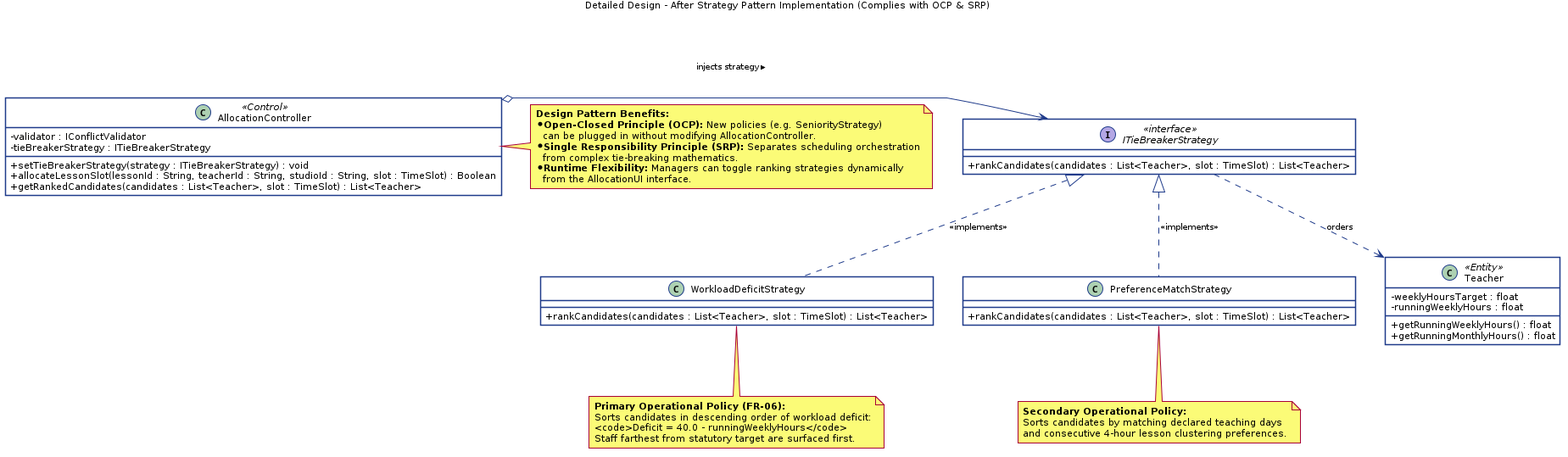
adoreblvnk/2001temp keeps this PlantUML diagram as report/assets/m2/pattern_after_excerpt.png. Above is the earlier version. Its source is kept beside it as report/assets/m2/pattern_after_excerpt.puml.
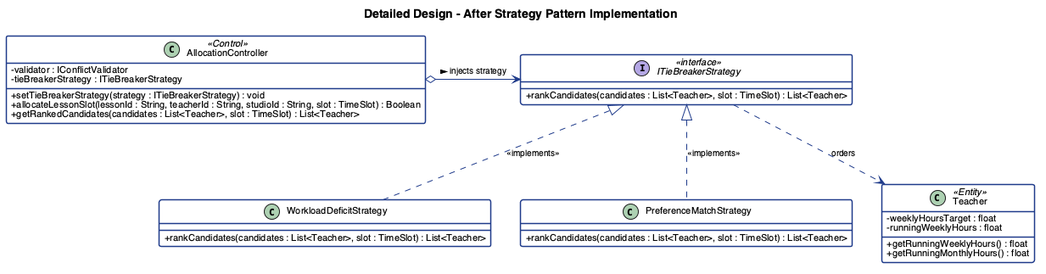
After the commit.

The edit, as a diff of the source:
```diff
@@ -18,7 +18,7 @@
     FontSize 10
 }
 
-title Detailed Design - After Strategy Pattern Implementation (Complies with OCP & SRP)
+title Detailed Design - After Strategy Pattern Implementation
 
 class AllocationController <<Control>> {
     - validator : IConflictValidator
@@ -50,30 +50,6 @@
 AllocationController o-> ITieBreakerStrategy : injects strategy >
 WorkloadDeficitStrategy .up.|> ITieBreakerStrategy : <<implements>>
 PreferenceMatchStrategy .up.|> ITieBreakerStrategy : <<implements>>
-
 ITieBreakerStrategy ..> Teacher : orders
 
-note bottom of WorkloadDeficitStrategy
-  <b>Primary Operational Policy (FR-06):</b>
-  Sorts candidates in descending order of workload deficit:
-  <code>Deficit = 40.0 - runningWeeklyHours</code>
-  Staff farthest from statutory target are surfaced first.
-end note
-
-note bottom of PreferenceMatchStrategy
-  <b>Secondary Operational Policy:</b>
-  Sorts candidates by matching declared teaching days
-  and consecutive 4-hour lesson clustering preferences.
-end note
-
-note right of AllocationController
-  <b>Design Pattern Benefits:</b>
-  * <b>Open-Closed Principle (OCP):</b> New policies (e.g. SeniorityStrategy)
-    can be plugged in without modifying AllocationController.
-  * <b>Single Responsibility Principle (SRP):</b> Separates scheduling orchestration
-    from complex tie-breaking mathematics.
-  * <b>Runtime Flexibility:</b> Managers can toggle ranking strategies dynamically
-    from the AllocationUI interface.
-end note
-
 @enduml
```
